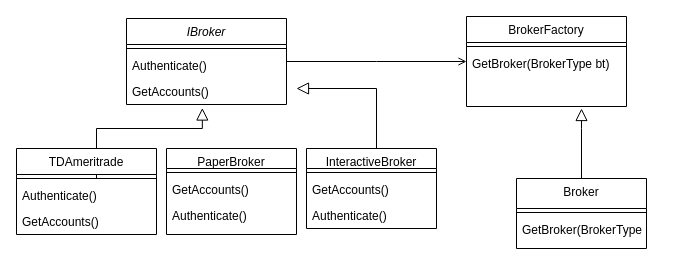
ccorralesgth/SystematicQ keeps this draw.io diagram as SystematicQ.Brokers/Untitled Diagram.drawio. Above is the earlier version. Source tidied: cells renumbered, new cells numbered last; positions are measured from the earlier drawing's top-left corner, leaving out a move shared by most shapes. Both pictures are drawn from the tidied source at 100%, with x=0, y=0 at pixel (16, 16).
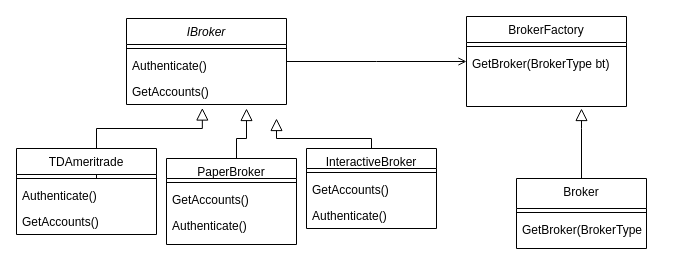
Above is the later version.

Unchanged cells that the change refers to:
```xml
<mxCell id="7" value="InteractiveBroker" style="swimlane;fontStyle=0;align=center;verticalAlign=top;horizontal=1;startSize=20;rounded=0;shadow=0;strokeWidth=1;" parent="1" vertex="1">
  <mxGeometry x="290" y="132" width="130" height="80" as="geometry" />
</mxCell>
```

The edit, as a diff of the source:
```diff
@@
     <mxCell id="11" style="endArrow=block;endSize=10;endFill=0;shadow=0;strokeWidth=1;rounded=0;edgeStyle=elbowEdgeStyle;elbow=vertical;" parent="1" edge="1" source="7">
       <mxGeometry relative="1" as="geometry">
-        <mxPoint x="280" y="72" as="targetPoint" />
+        <mxPoint x="260" y="102" as="targetPoint" />
         <Array as="points">
-          <mxPoint x="360" y="72" />
+          <mxPoint x="270" y="122" />
           <mxPoint x="320" y="102" />
           <mxPoint x="290" y="112" />
           <mxPoint x="260" y="132" />
         </Array>
       </mxGeometry>
     </mxCell>
@@
     <mxCell id="24" value="PaperBroker" style="swimlane;fontStyle=0;align=center;verticalAlign=top;horizontal=1;startSize=20;rounded=0;shadow=0;strokeWidth=1;" parent="1" vertex="1">
-      <mxGeometry x="150" y="132" width="130" height="86" as="geometry" />
+      <mxGeometry x="150" y="142" width="130" height="86" as="geometry" />
     </mxCell>
@@
+    <mxCell id="28" style="endArrow=block;endSize=10;endFill=0;shadow=0;strokeWidth=1;rounded=0;edgeStyle=elbowEdgeStyle;elbow=vertical;" parent="1" edge="1">
+      <mxGeometry relative="1" as="geometry">
+        <mxPoint x="220" y="142" as="sourcePoint" />
+        <mxPoint x="230" y="92" as="targetPoint" />
+        <Array as="points">
+          <mxPoint x="210" y="122" />
+        </Array>
+      </mxGeometry>
+    </mxCell>
```
